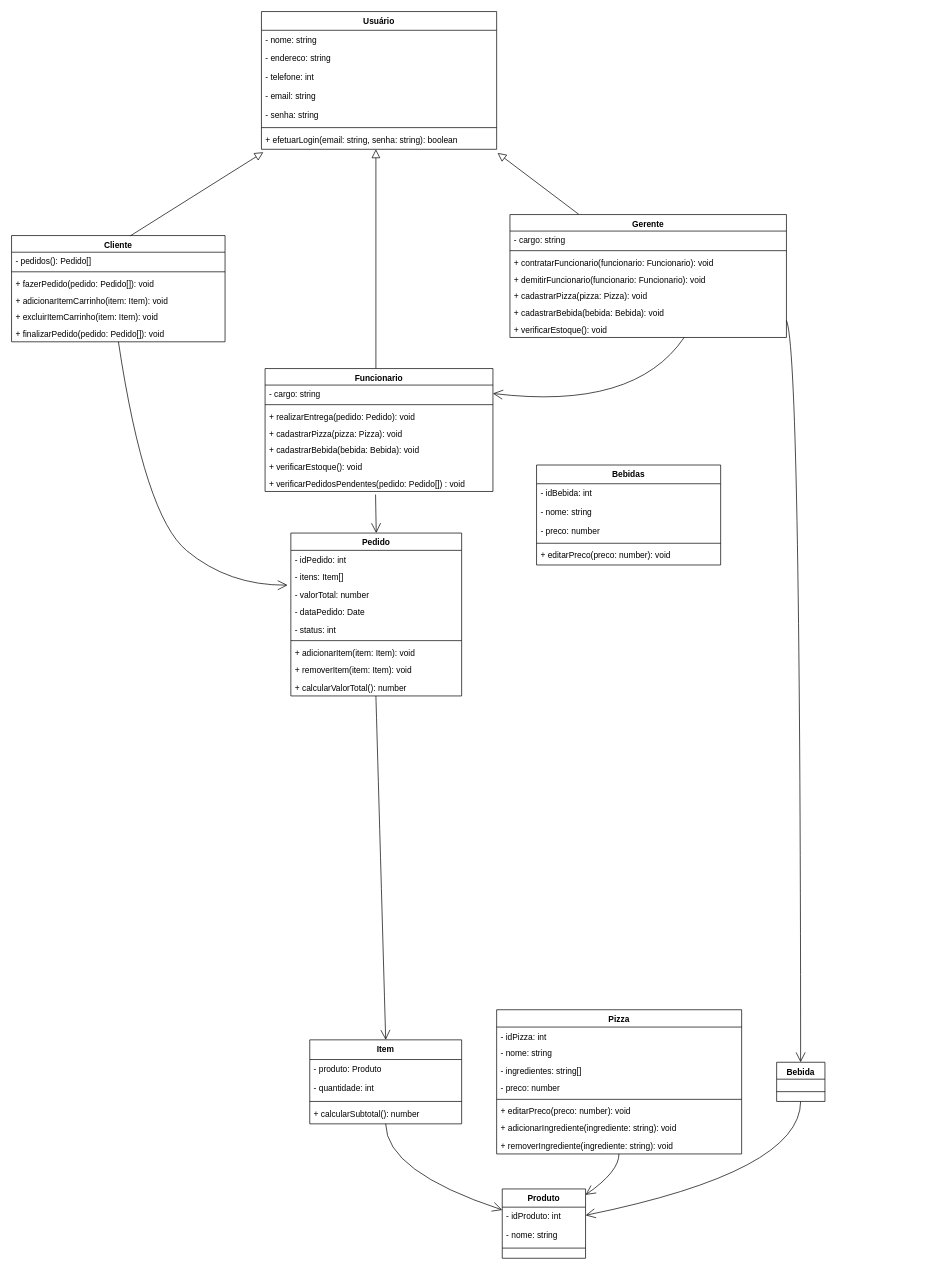
The draw.io diagram Eng. de software/Trab_EngenhariaSF.drawio in LuisAugusto0/Arquivos_PUC_CC, before the edit. Source tidied: cells renumbered, new cells numbered last; positions are measured from the earlier drawing's top-left corner, leaving out a move shared by most shapes. Both pictures are drawn from the tidied source at 70%, with x=0, y=0 at pixel (11, 11).
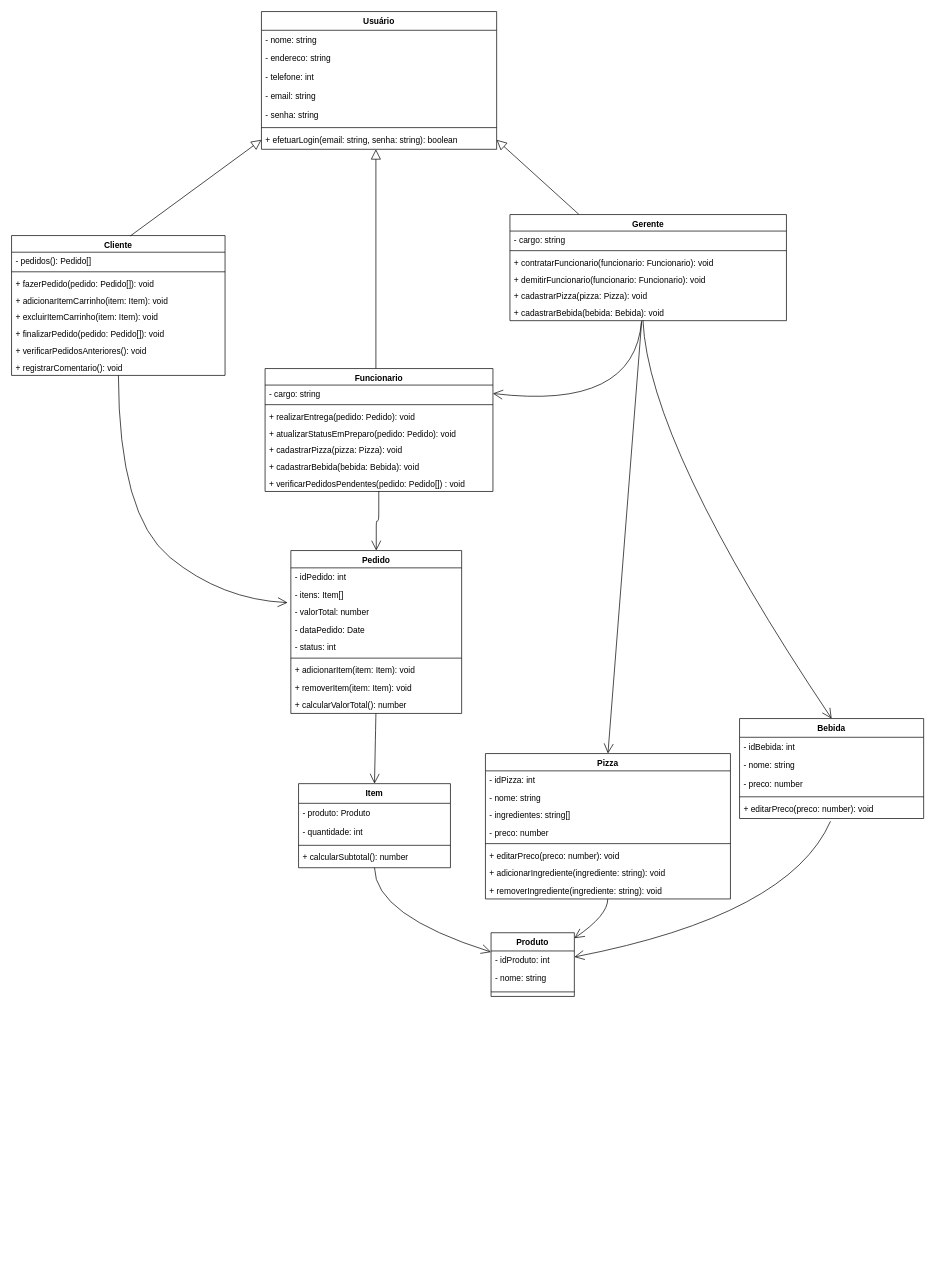
After the change.

The change refers to these unchanged cells:
```xml
<mxCell id="9" value="Funcionario" style="swimlane;fontStyle=1;align=center;verticalAlign=top;horizontal=1;startSize=23.605931599934895;" parent="1" vertex="1">
  <mxGeometry x="362.2" y="510" width="325.5" height="175.6" as="geometry" />
</mxCell>
<mxCell id="10" value="- cargo: string" style="text;strokeColor=none;fillColor=none;align=left;verticalAlign=top;spacingLeft=4;spacingRight=4;overflow=hidden;points=[[0,0.5],[1,0.5]];portConstraint=eastwest;" parent="9" vertex="1">
  <mxGeometry y="23.6" width="325.5" height="24" as="geometry" />
</mxCell>
<mxCell id="16" value="+ verificarPedidosPendentes(pedido: Pedido[]) : void" style="text;strokeColor=none;fillColor=none;align=left;verticalAlign=top;spacingLeft=4;spacingRight=4;overflow=hidden;points=[[0,0.5],[1,0.5]];portConstraint=eastwest;" parent="9" vertex="1">
  <mxGeometry y="151.6" width="325.5" height="24" as="geometry" />
</mxCell>
<mxCell id="24" value="+ cadastrarBebida(bebida: Bebida): void" style="text;strokeColor=none;fillColor=none;align=left;verticalAlign=top;spacingLeft=4;spacingRight=4;overflow=hidden;points=[[0,0.5],[1,0.5]];portConstraint=eastwest;" parent="18" vertex="1">
  <mxGeometry y="127.6" width="395" height="24" as="geometry" />
</mxCell>
<mxCell id="40" value="+ editarPreco(preco: number): void" style="text;strokeColor=none;fillColor=none;align=left;verticalAlign=top;spacingLeft=4;spacingRight=4;overflow=hidden;points=[[0,0.5],[1,0.5]];portConstraint=eastwest;" parent="35" vertex="1">
  <mxGeometry y="115.8" width="263" height="27" as="geometry" />
</mxCell>
<mxCell id="44" value="- valorTotal: number" style="text;strokeColor=none;fillColor=none;align=left;verticalAlign=top;spacingLeft=4;spacingRight=4;overflow=hidden;points=[[0,0.5],[1,0.5]];portConstraint=eastwest;" parent="41" vertex="1">
  <mxGeometry y="74.7" width="244" height="25" as="geometry" />
</mxCell>
<mxCell id="77" value="+ efetuarLogin(email: string, senha: string): boolean" style="text;strokeColor=none;fillColor=none;align=left;verticalAlign=top;spacingLeft=4;spacingRight=4;overflow=hidden;points=[[0,0.5],[1,0.5]];portConstraint=eastwest;" parent="70" vertex="1">
  <mxGeometry y="169.8" width="336" height="27" as="geometry" />
</mxCell>
```

The edit, as a diff of the source:
```diff
@@
     <mxCell id="2" value="Cliente" style="swimlane;fontStyle=1;align=center;verticalAlign=top;horizontal=1;startSize=23.8104775168679;" parent="1" vertex="1">
-      <mxGeometry y="320" width="305" height="151.8" as="geometry" />
+      <mxGeometry y="320" width="305" height="199.8" as="geometry" />
     </mxCell>
@@
+    <mxCell id="80" value="+ verificarPedidosAnteriores(): void" style="text;strokeColor=none;fillColor=none;align=left;verticalAlign=top;spacingLeft=4;spacingRight=4;overflow=hidden;" parent="2" vertex="1">
+      <mxGeometry y="151.8" width="305" height="24" as="geometry" />
+    </mxCell>
+    <mxCell id="81" value="+ registrarComentario(): void" style="text;strokeColor=none;fillColor=none;align=left;verticalAlign=top;spacingLeft=4;spacingRight=4;overflow=hidden;" parent="2" vertex="1">
+      <mxGeometry y="175.8" width="305" height="24" as="geometry" />
+    </mxCell>
@@
+    <mxCell id="82" value="+ atualizarStatusEmPreparo(pedido: Pedido): void" style="text;strokeColor=none;fillColor=none;align=left;verticalAlign=top;spacingLeft=4;spacingRight=4;overflow=hidden;" parent="9" vertex="1">
+      <mxGeometry y="79.6" width="325.5" height="24" as="geometry" />
+    </mxCell>
     <mxCell id="13" value="+ cadastrarPizza(pizza: Pizza): void" style="text;strokeColor=none;fillColor=none;align=left;verticalAlign=top;spacingLeft=4;spacingRight=4;overflow=hidden;" parent="9" vertex="1">
-      <mxGeometry y="79.6" width="325.5" height="24" as="geometry" />
+      <mxGeometry y="103.6" width="325.5" height="24" as="geometry" />
     </mxCell>
     <mxCell id="14" value="+ cadastrarBebida(bebida: Bebida): void" style="text;strokeColor=none;fillColor=none;align=left;verticalAlign=top;spacingLeft=4;spacingRight=4;overflow=hidden;" parent="9" vertex="1">
-      <mxGeometry y="103.6" width="325.5" height="24" as="geometry" />
+      <mxGeometry y="127.6" width="325.5" height="24" as="geometry" />
     </mxCell>
-    <mxCell id="15" value="+ verificarEstoque(): void" style="text;strokeColor=none;fillColor=none;align=left;verticalAlign=top;spacingLeft=4;spacingRight=4;overflow=hidden;" parent="9" vertex="1">
-      <mxGeometry y="127.6" width="325.5" height="24" as="geometry" />
-    </mxCell>
@@
-    <mxCell id="17" style="rounded=0;jettySize=auto;html=1;exitX=0.25;exitY=0;exitDx=0;exitDy=0;endArrow=block;endFill=0;entryX=1.004;entryY=1.195;entryDx=0;entryDy=0;entryPerimeter=0;endSize=10;" parent="1" edge="1" source="18" target="77">
+    <mxCell id="17" style="rounded=0;jettySize=auto;html=1;exitX=0.25;exitY=0;exitDx=0;exitDy=0;endArrow=block;endFill=0;entryX=1;entryY=0.5;entryDx=0;entryDy=0;endSize=12;" parent="1" edge="1" source="18" target="77">
       <mxGeometry relative="1" as="geometry" />
     </mxCell>
     <mxCell id="18" value="Gerente" style="swimlane;fontStyle=1;align=center;verticalAlign=top;horizontal=1;startSize=23.605931599934895;" parent="1" vertex="1">
-      <mxGeometry x="712" y="290" width="395" height="175.6" as="geometry" />
+      <mxGeometry x="712" y="290" width="395" height="151.6" as="geometry" />
     </mxCell>
@@
-    <mxCell id="25" value="+ verificarEstoque(): void" style="text;strokeColor=none;fillColor=none;align=left;verticalAlign=top;spacingLeft=4;spacingRight=4;overflow=hidden;" parent="18" vertex="1">
-      <mxGeometry y="151.6" width="395" height="24" as="geometry" />
-    </mxCell>
+    <mxCell id="83" style="rounded=0;jettySize=auto;html=1;exitX=0.5;exitY=0;exitDx=0;exitDy=0;entryX=0.476;entryY=1.105;entryDx=0;entryDy=0;entryPerimeter=0;endArrow=none;endFill=0;startArrow=open;startFill=0;endSize=12;startSize=12;" parent="1" edge="1" source="26" target="24">
+      <mxGeometry relative="1" as="geometry" />
+    </mxCell>
     <mxCell id="26" value="Pizza" style="swimlane;fontStyle=1;align=center;verticalAlign=top;horizontal=1;startSize=24.730932235717773;" parent="1" vertex="1">
-      <mxGeometry x="693" y="1426" width="350" height="206" as="geometry" />
+      <mxGeometry x="677" y="1060" width="350" height="207.7" as="geometry" />
     </mxCell>
     <mxCell id="27" value="- idPizza: int" style="text;strokeColor=none;fillColor=none;align=left;verticalAlign=top;spacingLeft=4;spacingRight=4;overflow=hidden;" parent="26" vertex="1">
-      <mxGeometry y="25" width="350" height="25" as="geometry" />
+      <mxGeometry y="24.7" width="350" height="25" as="geometry" />
     </mxCell>
     <mxCell id="28" value="- nome: string" style="text;strokeColor=none;fillColor=none;align=left;verticalAlign=top;spacingLeft=4;spacingRight=4;overflow=hidden;" parent="26" vertex="1">
-      <mxGeometry y="49" width="350" height="25" as="geometry" />
+      <mxGeometry y="49.7" width="350" height="25" as="geometry" />
     </mxCell>
     <mxCell id="29" value="- ingredientes: string[]" style="text;strokeColor=none;fillColor=none;align=left;verticalAlign=top;spacingLeft=4;spacingRight=4;overflow=hidden;" parent="26" vertex="1">
-      <mxGeometry y="74" width="350" height="25" as="geometry" />
+      <mxGeometry y="74.7" width="350" height="25" as="geometry" />
     </mxCell>
     <mxCell id="30" value="- preco: number" style="text;strokeColor=none;fillColor=none;align=left;verticalAlign=top;spacingLeft=4;spacingRight=4;overflow=hidden;" parent="26" vertex="1">
-      <mxGeometry y="99" width="350" height="25" as="geometry" />
+      <mxGeometry y="99.7" width="350" height="25" as="geometry" />
     </mxCell>
     <mxCell id="31" style="line;strokeWidth=1;fillColor=none;align=left;verticalAlign=middle;spacingTop=-1;spacingLeft=3;spacingRight=3;labelPosition=right;strokeColor=inherit;" parent="26" vertex="1">
-      <mxGeometry y="124" width="350" height="8" as="geometry" />
+      <mxGeometry y="124.7" width="350" height="8" as="geometry" />
     </mxCell>
     <mxCell id="32" value="+ editarPreco(preco: number): void" style="text;strokeColor=none;fillColor=none;align=left;verticalAlign=top;spacingLeft=4;spacingRight=4;overflow=hidden;" parent="26" vertex="1">
-      <mxGeometry y="132" width="350" height="25" as="geometry" />
+      <mxGeometry y="132.7" width="350" height="25" as="geometry" />
     </mxCell>
     <mxCell id="33" value="+ adicionarIngrediente(ingrediente: string): void" style="text;strokeColor=none;fillColor=none;align=left;verticalAlign=top;spacingLeft=4;spacingRight=4;overflow=hidden;" parent="26" vertex="1">
-      <mxGeometry y="156" width="350" height="25" as="geometry" />
+      <mxGeometry y="157.7" width="350" height="25" as="geometry" />
     </mxCell>
     <mxCell id="34" value="+ removerIngrediente(ingrediente: string): void" style="text;strokeColor=none;fillColor=none;align=left;verticalAlign=top;spacingLeft=4;spacingRight=4;overflow=hidden;" parent="26" vertex="1">
-      <mxGeometry y="181" width="350" height="25" as="geometry" />
+      <mxGeometry y="182.7" width="350" height="25" as="geometry" />
     </mxCell>
-    <mxCell id="35" value="Bebidas" style="swimlane;fontStyle=1;align=center;verticalAlign=top;horizontal=1;startSize=26.7559326171875;" parent="1" vertex="1">
-      <mxGeometry x="750" y="647.8" width="263" height="142.8" as="geometry" />
+    <mxCell id="35" value="Bebida" style="swimlane;fontStyle=1;align=center;verticalAlign=top;horizontal=1;startSize=26.7559326171875;" parent="1" vertex="1">
+      <mxGeometry x="1040" y="1010" width="263" height="142.8" as="geometry" />
     </mxCell>
@@
     <mxCell id="41" value="Pedido" style="swimlane;fontStyle=1;align=center;verticalAlign=top;horizontal=1;startSize=24.730932235717773;" parent="1" vertex="1">
-      <mxGeometry x="399" y="745" width="244" height="232.7" as="geometry" />
+      <mxGeometry x="399" y="770" width="244" height="232.7" as="geometry" />
     </mxCell>
@@
     <mxCell id="51" value="Item" style="swimlane;fontStyle=1;align=center;verticalAlign=top;horizontal=1;startSize=28.105932235717773;" parent="1" vertex="1">
-      <mxGeometry x="426" y="1469" width="217" height="120" as="geometry" />
+      <mxGeometry x="410" y="1103" width="217" height="120.1" as="geometry" />
     </mxCell>
     <mxCell id="52" value="- produto: Produto" style="text;strokeColor=none;fillColor=none;align=left;verticalAlign=top;spacingLeft=4;spacingRight=4;overflow=hidden;" parent="51" vertex="1">
-      <mxGeometry y="28" width="217" height="28" as="geometry" />
+      <mxGeometry y="28.1" width="217" height="28" as="geometry" />
     </mxCell>
     <mxCell id="53" value="- quantidade: int" style="text;strokeColor=none;fillColor=none;align=left;verticalAlign=top;spacingLeft=4;spacingRight=4;overflow=hidden;" parent="51" vertex="1">
-      <mxGeometry y="56" width="217" height="28" as="geometry" />
+      <mxGeometry y="56.1" width="217" height="28" as="geometry" />
     </mxCell>
     <mxCell id="54" style="line;strokeWidth=1;fillColor=none;align=left;verticalAlign=middle;spacingTop=-1;spacingLeft=3;spacingRight=3;labelPosition=right;strokeColor=inherit;" parent="51" vertex="1">
-      <mxGeometry y="84" width="217" height="8" as="geometry" />
+      <mxGeometry y="84.1" width="217" height="8" as="geometry" />
     </mxCell>
     <mxCell id="55" value="+ calcularSubtotal(): number" style="text;strokeColor=none;fillColor=none;align=left;verticalAlign=top;spacingLeft=4;spacingRight=4;overflow=hidden;" parent="51" vertex="1">
-      <mxGeometry y="92" width="217" height="28" as="geometry" />
+      <mxGeometry y="92.1" width="217" height="28" as="geometry" />
     </mxCell>
     <mxCell id="56" value="Produto" style="swimlane;fontStyle=1;align=center;verticalAlign=top;horizontal=1;startSize=26.01936994280134;" parent="1" vertex="1">
-      <mxGeometry x="701" y="1682" width="119" height="99" as="geometry" />
+      <mxGeometry x="685" y="1316" width="119" height="91" as="geometry" />
     </mxCell>
@@
-    <mxCell id="60" value="Bebida" style="swimlane;fontStyle=1;align=center;verticalAlign=top;horizontal=1;startSize=24.17796516418457;" parent="1" vertex="1">
-      <mxGeometry x="1093" y="1501" width="69" height="56" as="geometry" />
-    </mxCell>
-    <mxCell id="61" style="line;strokeWidth=1;fillColor=none;align=left;verticalAlign=middle;spacingTop=-1;spacingLeft=3;spacingRight=3;labelPosition=right;strokeColor=inherit;" parent="60" vertex="1">
-      <mxGeometry y="36" width="69" height="12" as="geometry" />
-    </mxCell>
     <mxCell id="62" style="curved=1;startArrow=none;endArrow=open;endSize=12;exitX=0.5005557200947746;exitY=0.9979911521629051;entryX=-0.019;entryY=-0.011;entryDx=0;entryDy=0;entryPerimeter=0;" parent="1" edge="1" source="2" target="44">
       <mxGeometry relative="1" as="geometry">
         <Array as="points">
-          <mxPoint x="190" y="720" />
-          <mxPoint x="310" y="820" />
+          <mxPoint x="153" y="720" />
+          <mxPoint x="300" y="840" />
         </Array>
       </mxGeometry>
     </mxCell>
-    <mxCell id="63" style="startArrow=none;endArrow=open;endSize=12;entryX=0.5;entryY=0;entryDx=0;entryDy=0;edgeStyle=orthogonalEdgeStyle;" parent="1" edge="1" target="41">
-      <mxGeometry relative="1" as="geometry">
-        <mxPoint x="520" y="690" as="sourcePoint" />
-      </mxGeometry>
+    <mxCell id="63" style="startArrow=none;endArrow=open;endSize=12;entryX=0.5;entryY=0;entryDx=0;entryDy=0;edgeStyle=orthogonalEdgeStyle;exitX=0.499;exitY=0.973;exitDx=0;exitDy=0;exitPerimeter=0;" parent="1" edge="1" source="16" target="41">
+      <mxGeometry relative="1" as="geometry" />
     </mxCell>
-    <mxCell id="64" style="curved=1;startArrow=none;endArrow=open;endSize=12;exitX=0.6302813684367862;exitY=1.0009318872825386;entryX=1;entryY=0.5;entryDx=0;entryDy=0;" parent="1" edge="1" source="18" target="10">
+    <mxCell id="64" style="curved=1;startArrow=none;endArrow=open;endSize=12;exitX=0.476;exitY=1.015;entryX=1;entryY=0.5;entryDx=0;entryDy=0;exitDx=0;exitDy=0;exitPerimeter=0;" parent="1" edge="1" source="24" target="10">
       <mxGeometry relative="1" as="geometry">
         <Array as="points">
           <mxPoint x="890" y="570" />
         </Array>
       </mxGeometry>
     </mxCell>
-    <mxCell id="65" style="curved=1;startArrow=none;endArrow=open;endSize=12;exitX=1.0015474826474733;exitY=0.8634155642817966;entryX=0.4964093194491621;entryY=0.0009077276502336774;" parent="1" edge="1" source="18" target="60">
+    <mxCell id="65" style="curved=1;startArrow=none;endArrow=open;endSize=12;exitX=0.481;exitY=0.97;entryX=0.5;entryY=0;entryDx=0;entryDy=0;exitDx=0;exitDy=0;exitPerimeter=0;" parent="1" edge="1" source="24" target="35">
       <mxGeometry relative="1" as="geometry">
         <Array as="points">
-          <mxPoint x="1127" y="484" />
+          <mxPoint x="910" y="620" />
         </Array>
       </mxGeometry>
     </mxCell>
@@
     <mxCell id="67" style="curved=1;startArrow=none;endArrow=open;endSize=12;exitX=0.5000195481260801;exitY=1.00367218653361;entryX=0.002268943466058298;entryY=0.3038220354817119;" parent="1" edge="1" source="51" target="56">
       <mxGeometry relative="1" as="geometry">
         <Array as="points">
-          <mxPoint x="535" y="1657" />
+          <mxPoint x="519" y="1291" />
         </Array>
       </mxGeometry>
     </mxCell>
     <mxCell id="68" style="curved=1;startArrow=none;endArrow=open;endSize=12;exitX=0.4991644505092076;exitY=1.000740421628489;entryX=1.0028386476660978;entryY=0.0826163509365222;" parent="1" edge="1" source="26" target="56">
       <mxGeometry relative="1" as="geometry">
         <Array as="points">
-          <mxPoint x="868" y="1657" />
+          <mxPoint x="852" y="1291" />
         </Array>
       </mxGeometry>
     </mxCell>
-    <mxCell id="69" style="curved=1;startArrow=none;endArrow=open;endSize=12;exitX=0.4964093194491621;exitY=1.0072636263711112;entryX=1.0028386476660978;entryY=0.37957075692216824;" parent="1" edge="1" source="60" target="56">
+    <mxCell id="69" style="curved=1;startArrow=none;endArrow=open;endSize=12;exitX=0.494;exitY=1.145;entryX=1.0028386476660978;entryY=0.37957075692216824;exitDx=0;exitDy=0;exitPerimeter=0;" parent="1" edge="1" source="40" target="56">
       <mxGeometry relative="1" as="geometry">
         <Array as="points">
-          <mxPoint x="1127" y="1657" />
+          <mxPoint x="1111" y="1291" />
         </Array>
       </mxGeometry>
     </mxCell>
@@
-    <mxCell id="78" style="rounded=0;orthogonalLoop=1;jettySize=auto;html=1;endArrow=block;endFill=0;endSize=10;edgeStyle=orthogonalEdgeStyle;" parent="1" edge="1">
+    <mxCell id="78" style="rounded=0;orthogonalLoop=1;jettySize=auto;html=1;endArrow=block;endFill=0;endSize=12;edgeStyle=orthogonalEdgeStyle;" parent="1" edge="1">
       <mxGeometry relative="1" as="geometry">
         <mxPoint x="520.5" y="509.8" as="sourcePoint" />
         <mxPoint x="520.5" y="196.8" as="targetPoint" />
         <Array as="points">
           <mxPoint x="520.5" y="196.8" />
         </Array>
       </mxGeometry>
     </mxCell>
-    <mxCell id="79" style="rounded=0;jettySize=auto;html=1;exitX=0.557;exitY=0.002;exitDx=0;exitDy=0;endArrow=block;endFill=0;entryX=0.008;entryY=1.155;entryDx=0;entryDy=0;endSize=10;exitPerimeter=0;entryPerimeter=0;" parent="1" edge="1" source="2" target="77">
+    <mxCell id="79" style="rounded=0;jettySize=auto;html=1;exitX=0.557;exitY=0.002;exitDx=0;exitDy=0;endArrow=block;endFill=0;entryX=0;entryY=0.5;entryDx=0;entryDy=0;endSize=12;exitPerimeter=0;" parent="1" edge="1" source="2" target="77">
       <mxGeometry relative="1" as="geometry" />
     </mxCell>
```
